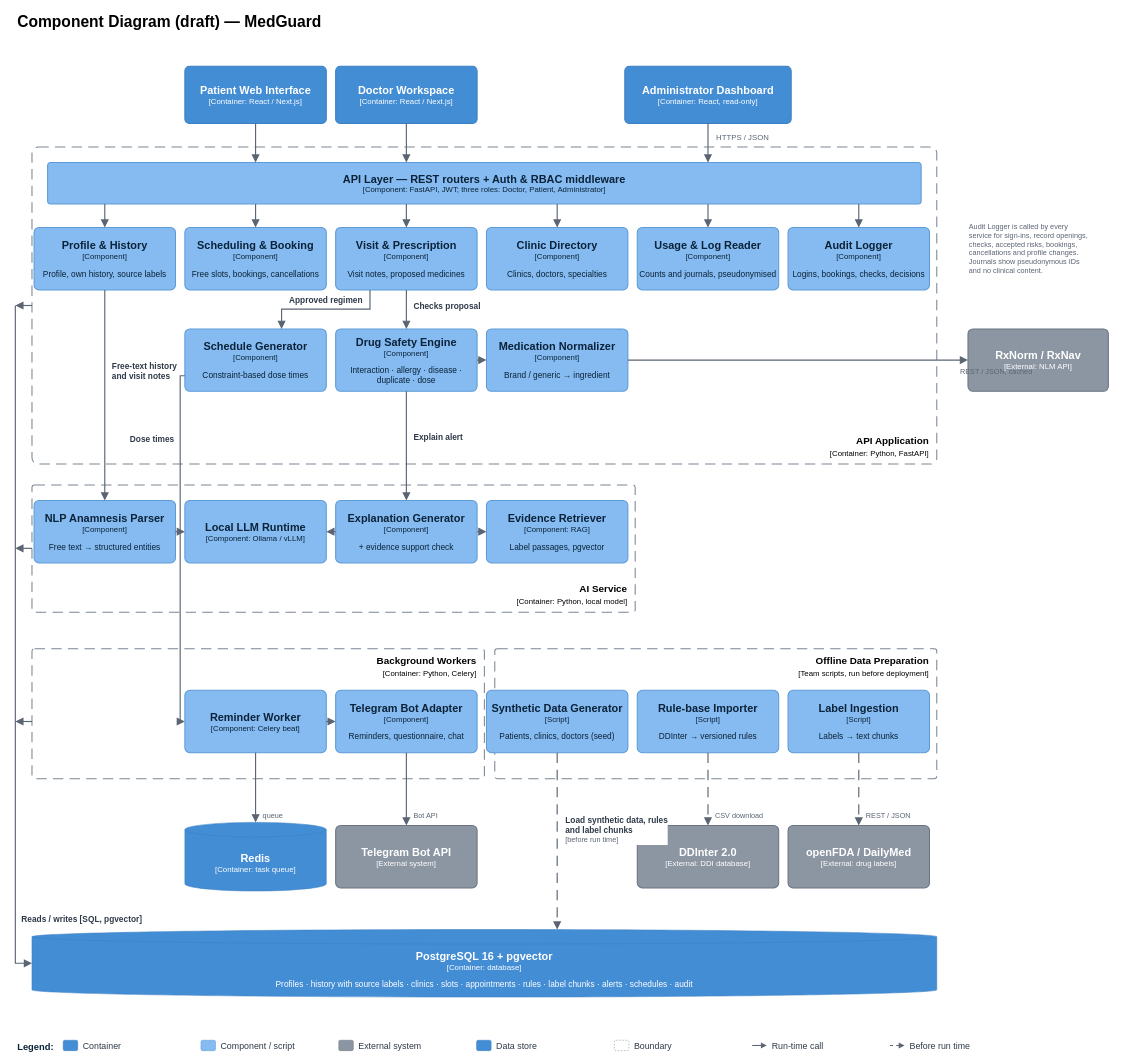
Above: diagrams/component-diagram.drawio in aknur111/MedGuardAI (draw.io), before the change. Source tidied: cells renumbered, new cells numbered last; positions are measured from the earlier drawing's top-left corner, leaving out a move shared by most shapes. Both pictures are drawn from the tidied source at 52%, with x=0, y=0 at pixel (15, 9).
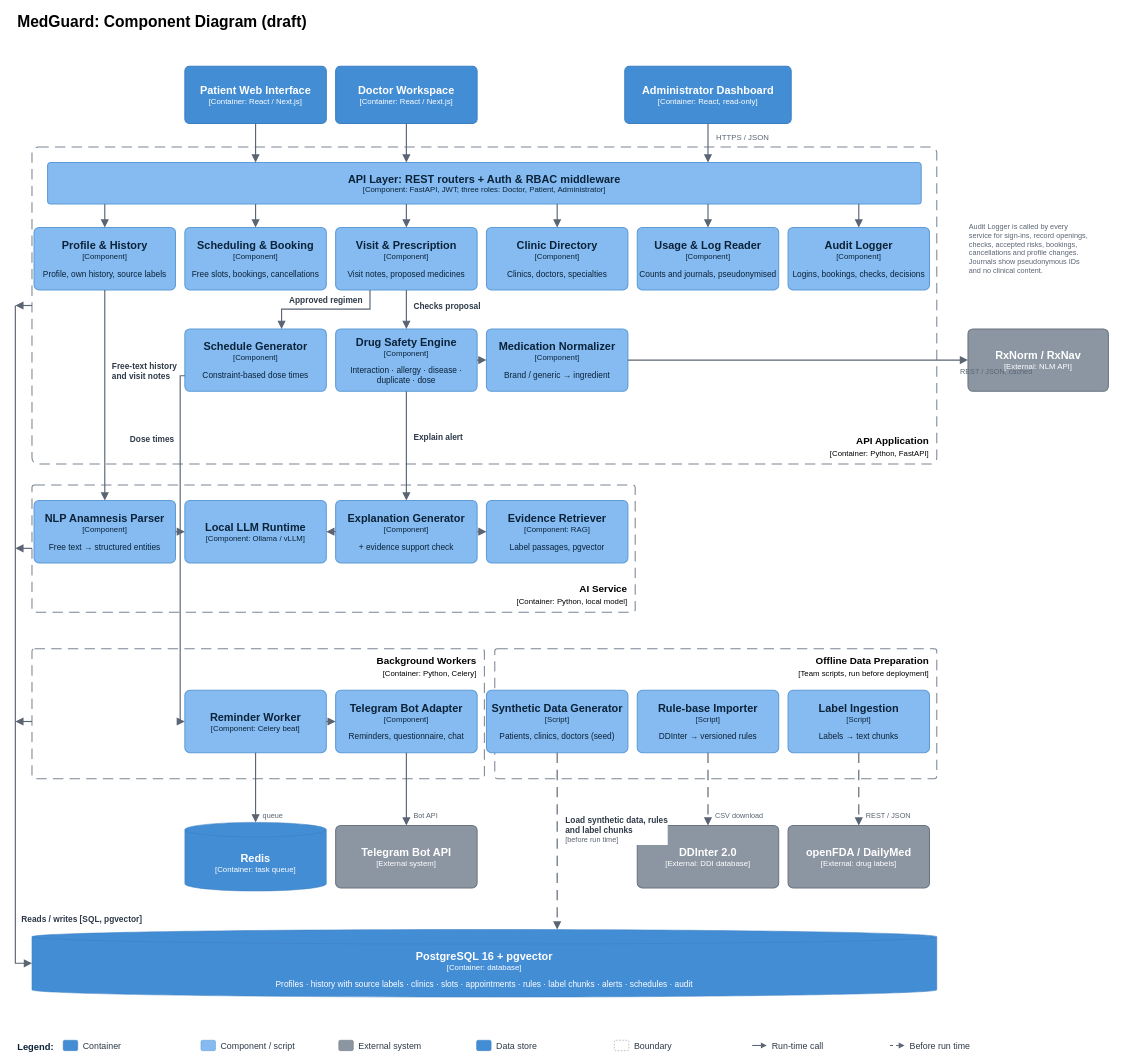
After the change.

Commit message (it also covers changes not shown here):
MED-13: Update context and component diagram sources

Change to the diagram source:
```diff
@@
-    <mxCell id="2" value="Component Diagram (draft) — MedGuard" style="text;html=1;fontSize=30;fontStyle=1;align=left;" parent="1" vertex="1">
+    <mxCell id="2" value="MedGuard: Component Diagram (draft)" style="text;html=1;fontSize=30;fontStyle=1;align=left;" parent="1" vertex="1">
       <mxGeometry x="2" width="1400" height="40" as="geometry" />
     </mxCell>
@@
-    <mxCell id="10" value="&lt;b style=&quot;font-size:21px&quot;&gt;API Layer — REST routers + Auth &amp;amp; RBAC middleware&lt;/b&gt;&lt;br&gt;&lt;font style=&quot;font-size:15px&quot;&gt;[Component: FastAPI, JWT; three roles: Doctor, Patient, Administrator]&lt;/font&gt;" style="rounded=1;arcSize=8;html=1;whiteSpace=wrap;fillColor=#85BBF0;strokeColor=#5D9BD6;fontColor=#0B2239;strokeWidth=2;" parent="1" vertex="1">
+    <mxCell id="10" value="&lt;b style=&quot;font-size:21px&quot;&gt;API Layer: REST routers + Auth &amp;amp; RBAC middleware&lt;/b&gt;&lt;br&gt;&lt;font style=&quot;font-size:15px&quot;&gt;[Component: FastAPI, JWT; three roles: Doctor, Patient, Administrator]&lt;/font&gt;" style="rounded=1;arcSize=8;html=1;whiteSpace=wrap;fillColor=#85BBF0;strokeColor=#5D9BD6;fontColor=#0B2239;strokeWidth=2;" parent="1" vertex="1">
       <mxGeometry x="62" y="295" width="1680" height="80" as="geometry" />
     </mxCell>
```
